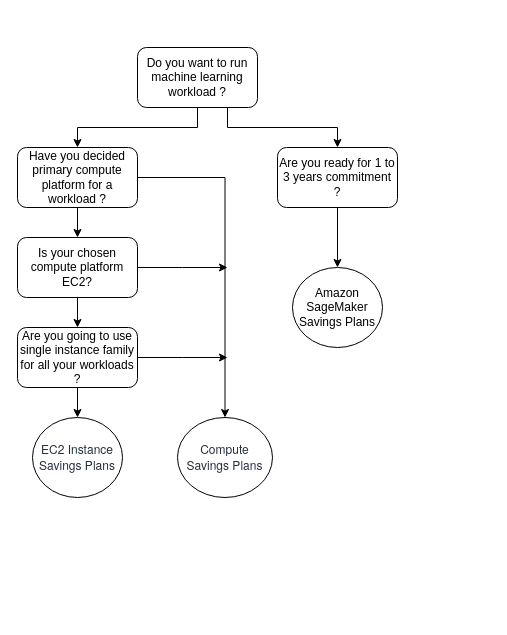
Before: savings-plan-selection-decision-workflow.drawio in deepakcpakhale06/mindmaps, a draw.io diagram. Source tidied: cells renumbered, new cells numbered last; positions are measured from the earlier drawing's top-left corner, leaving out a move shared by most shapes. Both pictures are drawn from the tidied source at 100%, with x=0, y=0 at pixel (17, 47). Pictures stored in the file or linked from it are replaced by grey dashed boxes.
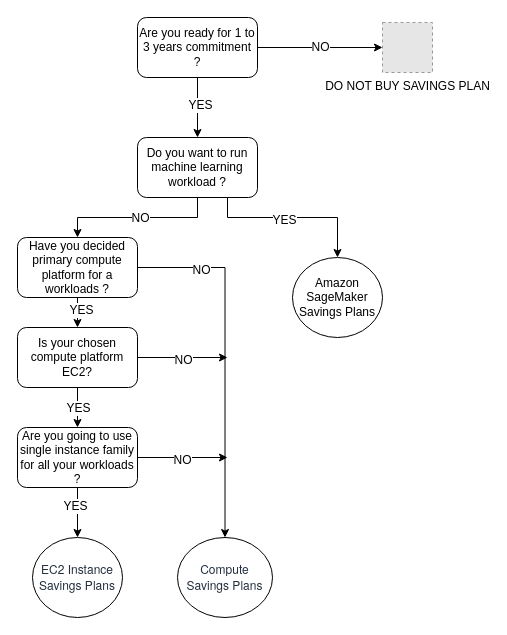
The same page after the edit.

The change refers to these unchanged cells:
```xml
<mxCell id="2" style="edgeStyle=orthogonalEdgeStyle;rounded=0;jettySize=auto;html=1;exitX=0.5;exitY=1;exitDx=0;exitDy=0;entryX=0.5;entryY=0;entryDx=0;entryDy=0;fontSize=12;" parent="1" edge="1" source="4" target="18">
  <mxGeometry relative="1" as="geometry" />
</mxCell>
<mxCell id="3" style="edgeStyle=orthogonalEdgeStyle;rounded=0;jettySize=auto;html=1;exitX=1;exitY=0.5;exitDx=0;exitDy=0;fontSize=12;" parent="1" edge="1" source="4" target="15">
  <mxGeometry relative="1" as="geometry" />
</mxCell>
<mxCell id="5" style="edgeStyle=orthogonalEdgeStyle;rounded=0;jettySize=auto;html=1;exitX=0.5;exitY=1;exitDx=0;exitDy=0;" parent="1" edge="1" source="7" target="4">
  <mxGeometry relative="1" as="geometry" />
</mxCell>
<mxCell id="11" style="edgeStyle=orthogonalEdgeStyle;rounded=0;jettySize=auto;html=1;exitX=0.5;exitY=1;exitDx=0;exitDy=0;entryX=0.5;entryY=0;entryDx=0;entryDy=0;fontSize=12;" parent="1" edge="1" source="13" target="14">
  <mxGeometry relative="1" as="geometry" />
</mxCell>
<mxCell id="16" style="edgeStyle=orthogonalEdgeStyle;rounded=0;jettySize=auto;html=1;exitX=0.5;exitY=1;exitDx=0;exitDy=0;fontSize=12;" parent="1" edge="1" source="18" target="13">
  <mxGeometry relative="1" as="geometry" />
</mxCell>
```

What changed in the source:
```diff
@@
+    <mxCell id="19" value="YES" style="edgeLabel;html=1;align=center;verticalAlign=middle;fontSize=12;" parent="2" vertex="1">
+      <mxGeometry x="-0.23" y="3" relative="1" as="geometry" />
+    </mxCell>
@@
+    <mxCell id="20" value="NO" style="edgeLabel;html=1;align=center;verticalAlign=middle;fontSize=12;" parent="3" vertex="1">
+      <mxGeometry x="-0.65" y="-1" relative="1" as="geometry">
+        <mxPoint y="1" as="offset" />
+      </mxGeometry>
+    </mxCell>
-    <mxCell id="4" value="Have you decided primary compute platform for a workload ?" style="rounded=1;whiteSpace=wrap;html=1;" parent="1" vertex="1">
-      <mxGeometry y="100" width="120" height="60" as="geometry" />
+    <mxCell id="4" value="Have you decided primary compute platform for a workloads ?" style="rounded=1;whiteSpace=wrap;html=1;" parent="1" vertex="1">
+      <mxGeometry y="190" width="120" height="60" as="geometry" />
     </mxCell>
@@
+    <mxCell id="21" value="NO" style="edgeLabel;html=1;align=center;verticalAlign=middle;fontSize=12;" parent="5" vertex="1">
+      <mxGeometry x="-0.03" relative="1" as="geometry" />
+    </mxCell>
-    <mxCell id="6" style="edgeStyle=orthogonalEdgeStyle;rounded=0;jettySize=auto;html=1;exitX=0.75;exitY=1;exitDx=0;exitDy=0;" parent="1" edge="1" source="7" target="9">
-      <mxGeometry relative="1" as="geometry" />
+    <mxCell id="6" style="edgeStyle=orthogonalEdgeStyle;rounded=0;jettySize=auto;html=1;exitX=0.75;exitY=1;exitDx=0;exitDy=0;entryX=0.5;entryY=0;entryDx=0;entryDy=0;" parent="1" edge="1" source="7" target="10">
+      <mxGeometry relative="1" as="geometry">
+        <Array as="points">
+          <mxPoint x="210" y="170" />
+          <mxPoint x="320" y="170" />
+        </Array>
+      </mxGeometry>
     </mxCell>
+    <mxCell id="22" value="YES" style="edgeLabel;html=1;align=center;verticalAlign=middle;fontSize=12;" parent="6" vertex="1">
+      <mxGeometry x="-0.11" y="-1" relative="1" as="geometry">
+        <mxPoint y="1" as="offset" />
+      </mxGeometry>
+    </mxCell>
     <mxCell id="7" value="Do you want to run machine learning workload ?" style="rounded=1;whiteSpace=wrap;html=1;" parent="1" vertex="1">
-      <mxGeometry x="120" width="120" height="60" as="geometry" />
+      <mxGeometry x="120" y="90" width="120" height="60" as="geometry" />
     </mxCell>
-    <mxCell id="8" style="edgeStyle=orthogonalEdgeStyle;rounded=0;jettySize=auto;html=1;exitX=0.5;exitY=1;exitDx=0;exitDy=0;" parent="1" edge="1" source="9" target="10">
-      <mxGeometry relative="1" as="geometry" />
-    </mxCell>
-    <mxCell id="9" value="Are you ready for 1 to 3 years commitment ?" style="rounded=1;whiteSpace=wrap;html=1;" parent="1" vertex="1">
-      <mxGeometry x="260" y="100" width="120" height="60" as="geometry" />
-    </mxCell>
     <mxCell id="10" value="Amazon SageMaker Savings Plans" style="ellipse;whiteSpace=wrap;html=1;" parent="1" vertex="1">
-      <mxGeometry x="275" y="220" width="90" height="80" as="geometry" />
+      <mxGeometry x="275" y="210" width="90" height="80" as="geometry" />
     </mxCell>
@@
-    <mxCell id="12" style="edgeStyle=orthogonalEdgeStyle;rounded=0;jettySize=auto;html=1;exitX=1;exitY=0.5;exitDx=0;exitDy=0;fontSize=12;" parent="1" edge="1" source="13">
-      <mxGeometry relative="1" as="geometry">
-        <mxPoint x="210" y="310" as="targetPoint" />
-      </mxGeometry>
-    </mxCell>
+    <mxCell id="23" value="YES" style="edgeLabel;html=1;align=center;verticalAlign=middle;fontSize=12;" parent="11" vertex="1">
+      <mxGeometry x="-0.3" y="-3" relative="1" as="geometry" />
+    </mxCell>
+    <mxCell id="24" style="edgeStyle=orthogonalEdgeStyle;rounded=0;jettySize=auto;html=1;exitX=1;exitY=0.5;exitDx=0;exitDy=0;fontSize=12;" parent="1" edge="1" source="13">
+      <mxGeometry relative="1" as="geometry">
+        <mxPoint x="210" y="410" as="targetPoint" />
+      </mxGeometry>
+    </mxCell>
+    <mxCell id="25" value="NO" style="edgeLabel;html=1;align=center;verticalAlign=middle;fontSize=12;" parent="24" vertex="1">
+      <mxGeometry x="-0.02" y="-1" relative="1" as="geometry">
+        <mxPoint y="1" as="offset" />
+      </mxGeometry>
+    </mxCell>
     <mxCell id="13" value="Are you going to use single instance family for all your workloads ?" style="rounded=1;whiteSpace=wrap;html=1;" parent="1" vertex="1">
-      <mxGeometry y="280" width="120" height="60" as="geometry" />
+      <mxGeometry y="380" width="120" height="60" as="geometry" />
     </mxCell>
     <mxCell id="14" value="&lt;span style=&quot;box-sizing: border-box; font-family: AmazonEmberBold, &amp;quot;Helvetica Neue Bold&amp;quot;, &amp;quot;Helvetica Neue&amp;quot;, Helvetica, Arial, sans-serif; color: rgb(35, 47, 62); text-align: left;&quot;&gt;&lt;font style=&quot;font-size: 12px;&quot;&gt;EC2 Instance Savings Plans&lt;/font&gt;&lt;/span&gt;" style="ellipse;whiteSpace=wrap;html=1;" parent="1" vertex="1">
-      <mxGeometry x="15" y="370" width="90" height="80" as="geometry" />
+      <mxGeometry x="15" y="490" width="90" height="80" as="geometry" />
     </mxCell>
     <mxCell id="15" value="&lt;span style=&quot;box-sizing: border-box; font-family: AmazonEmberBold, &amp;quot;Helvetica Neue Bold&amp;quot;, &amp;quot;Helvetica Neue&amp;quot;, Helvetica, Arial, sans-serif; color: rgb(35, 47, 62); text-align: left;&quot;&gt;&lt;font style=&quot;font-size: 12px;&quot;&gt;Compute Savings Plans&lt;/font&gt;&lt;/span&gt;" style="ellipse;whiteSpace=wrap;html=1;fontSize=12;" parent="1" vertex="1">
-      <mxGeometry x="160" y="370" width="95" height="80" as="geometry" />
+      <mxGeometry x="160" y="490" width="95" height="80" as="geometry" />
     </mxCell>
@@
+    <mxCell id="26" value="YES" style="edgeLabel;html=1;align=center;verticalAlign=middle;fontSize=12;" parent="16" vertex="1">
+      <mxGeometry x="0.38" y="1" relative="1" as="geometry">
+        <mxPoint x="-1" y="-8" as="offset" />
+      </mxGeometry>
+    </mxCell>
     <mxCell id="17" style="edgeStyle=orthogonalEdgeStyle;rounded=0;jettySize=auto;html=1;exitX=1;exitY=0.5;exitDx=0;exitDy=0;fontSize=12;" parent="1" edge="1" source="18">
       <mxGeometry relative="1" as="geometry">
-        <mxPoint x="210" y="220" as="targetPoint" />
+        <mxPoint x="210" y="310" as="targetPoint" />
       </mxGeometry>
     </mxCell>
+    <mxCell id="27" value="NO" style="edgeLabel;html=1;align=center;verticalAlign=middle;fontSize=12;" parent="17" vertex="1">
+      <mxGeometry x="0.02" y="-1" relative="1" as="geometry">
+        <mxPoint y="1" as="offset" />
+      </mxGeometry>
+    </mxCell>
     <mxCell id="18" value="Is your chosen compute platform EC2?" style="rounded=1;whiteSpace=wrap;html=1;" parent="1" vertex="1">
-      <mxGeometry y="190" width="120" height="60" as="geometry" />
+      <mxGeometry y="280" width="120" height="60" as="geometry" />
     </mxCell>
+    <mxCell id="28" style="edgeStyle=orthogonalEdgeStyle;rounded=0;jettySize=auto;html=1;exitX=0.5;exitY=1;exitDx=0;exitDy=0;fontSize=12;" parent="1" edge="1" source="9" target="7">
+      <mxGeometry relative="1" as="geometry" />
+    </mxCell>
+    <mxCell id="29" value="YES" style="edgeLabel;html=1;align=center;verticalAlign=middle;fontSize=12;" parent="28" vertex="1">
+      <mxGeometry x="-0.12" y="2" relative="1" as="geometry">
+        <mxPoint y="1" as="offset" />
+      </mxGeometry>
+    </mxCell>
+    <mxCell id="30" value="NO" style="edgeStyle=orthogonalEdgeStyle;rounded=0;jettySize=auto;html=1;exitX=1;exitY=0.5;exitDx=0;exitDy=0;entryX=0;entryY=0.5;entryDx=0;entryDy=0;fontSize=12;" parent="1" edge="1" source="9" target="31">
+      <mxGeometry relative="1" as="geometry" />
+    </mxCell>
+    <mxCell id="9" value="Are you ready for 1 to 3 years commitment ?" style="rounded=1;whiteSpace=wrap;html=1;" parent="1" vertex="1">
+      <mxGeometry x="120" y="-30" width="120" height="60" as="geometry" />
+    </mxCell>
+    <mxCell id="31" value="DO NOT BUY SAVINGS PLAN" style="fillColor=#E6E6E6;strokeColor=#999999;dashed=1;html=1;verticalAlign=top;verticalLabelPosition=bottom;labelBackgroundColor=#ffffff;fontSize=12;" parent="1" vertex="1">
+      <mxGeometry x="365" y="-25" width="50" height="50" as="geometry" />
+    </mxCell>
```
